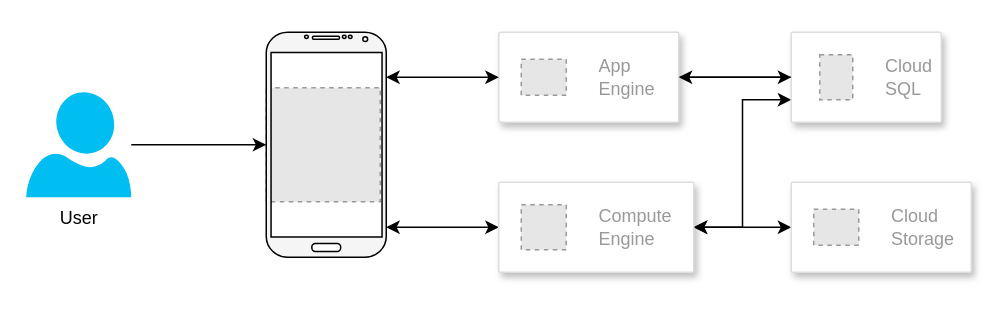
This is page "Page-1" (1 of 2) of asset/DesignInfrastructureCloud.drawio from akhmdrdlo/JejakBatik-Capstone, a draw.io file, before an edit. Source tidied: cells renumbered, new cells numbered last; positions are measured from the earlier drawing's top-left corner, leaving out a move shared by most shapes. Both pictures are drawn from the tidied source at 150%, with x=0, y=0 at pixel (26, 32). Pictures stored in the file or linked from it are replaced by grey dashed boxes.
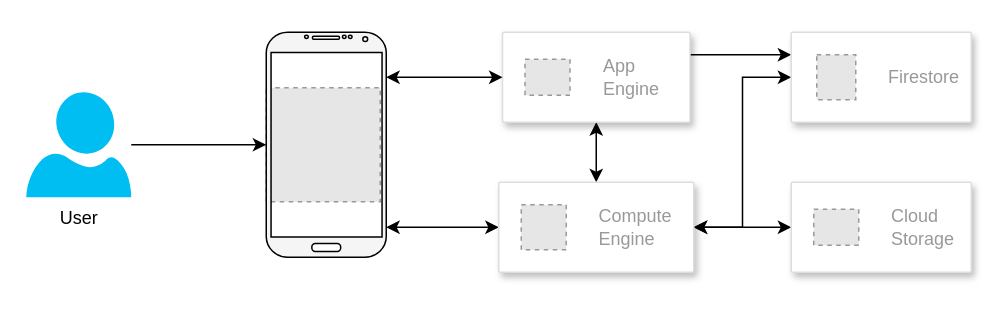
The same page after the edit.

Commit message (it also covers changes not shown here):
add code backend

The change refers to these unchanged cells:
```xml
<mxCell id="18" style="strokeColor=#dddddd;shadow=1;strokeWidth=1;rounded=1;absoluteArcSize=1;arcSize=2;" parent="1" vertex="1">
  <mxGeometry x="315" y="100" width="130" height="60" as="geometry" />
</mxCell>
```

Diff of the diagram source:
```diff
@@
-    <mxCell id="10" style="edgeStyle=orthogonalEdgeStyle;rounded=0;jettySize=auto;html=1;" parent="1" edge="1" source="12" target="15">
-      <mxGeometry relative="1" as="geometry" />
-    </mxCell>
-    <mxCell id="11" style="edgeStyle=orthogonalEdgeStyle;rounded=0;jettySize=auto;html=1;exitX=0;exitY=0.75;exitDx=0;exitDy=0;entryX=1;entryY=0.5;entryDx=0;entryDy=0;startArrow=classic;startFill=1;" parent="1" edge="1" source="12" target="18">
+    <mxCell id="11" style="edgeStyle=orthogonalEdgeStyle;rounded=0;jettySize=auto;html=1;exitX=0;exitY=0.5;exitDx=0;exitDy=0;entryX=1;entryY=0.5;entryDx=0;entryDy=0;startArrow=classic;startFill=1;" parent="1" edge="1" source="23" target="18">
       <mxGeometry relative="1" as="geometry" />
     </mxCell>
-    <mxCell id="12" style="strokeColor=#dddddd;shadow=1;strokeWidth=1;rounded=1;absoluteArcSize=1;arcSize=2;" parent="1" vertex="1">
-      <mxGeometry x="510" width="100" height="60" as="geometry" />
-    </mxCell>
-    <mxCell id="13" value="Cloud&#10;SQL" style="fillColor=#E6E6E6;strokeColor=#999999;dashed=1;html=1;fontColor=#999999;verticalLabelPosition=middle;verticalAlign=middle;labelPosition=right;align=left;spacingLeft=20;" parent="12" vertex="1">
-      <mxGeometry width="22" height="30" relative="1" as="geometry">
-        <mxPoint x="19" y="15" as="offset" />
-      </mxGeometry>
-    </mxCell>
-    <mxCell id="14" style="edgeStyle=orthogonalEdgeStyle;rounded=0;jettySize=auto;html=1;" parent="1" edge="1" source="15" target="12">
-      <mxGeometry relative="1" as="geometry" />
-    </mxCell>
+    <mxCell id="21" style="edgeStyle=orthogonalEdgeStyle;rounded=0;jettySize=auto;html=1;exitX=0.5;exitY=1;exitDx=0;exitDy=0;entryX=0.5;entryY=0;entryDx=0;entryDy=0;startArrow=classic;startFill=1;" parent="1" edge="1" source="15" target="18">
+      <mxGeometry relative="1" as="geometry" />
+    </mxCell>
+    <mxCell id="22" style="edgeStyle=orthogonalEdgeStyle;rounded=0;jettySize=auto;html=1;exitX=1;exitY=0.25;exitDx=0;exitDy=0;entryX=0;entryY=0.25;entryDx=0;entryDy=0;" parent="1" edge="1" source="15" target="23">
+      <mxGeometry relative="1" as="geometry" />
+    </mxCell>
     <mxCell id="15" style="strokeColor=#dddddd;shadow=1;strokeWidth=1;rounded=1;absoluteArcSize=1;arcSize=2;" parent="1" vertex="1">
-      <mxGeometry x="315" width="120" height="60" as="geometry" />
+      <mxGeometry x="317.5" width="125" height="60" as="geometry" />
     </mxCell>
@@
+    <mxCell id="23" style="strokeColor=#dddddd;shadow=1;strokeWidth=1;rounded=1;absoluteArcSize=1;arcSize=2;" parent="1" vertex="1">
+      <mxGeometry x="510" width="120" height="60" as="geometry" />
+    </mxCell>
+    <mxCell id="24" value="Firestore" style="fillColor=#E6E6E6;strokeColor=#999999;dashed=1;html=1;fontColor=#999999;verticalLabelPosition=middle;verticalAlign=middle;labelPosition=right;align=left;spacingLeft=20;" parent="23" vertex="1">
+      <mxGeometry width="26" height="30" relative="1" as="geometry">
+        <mxPoint x="17" y="15" as="offset" />
+      </mxGeometry>
+    </mxCell>
```
